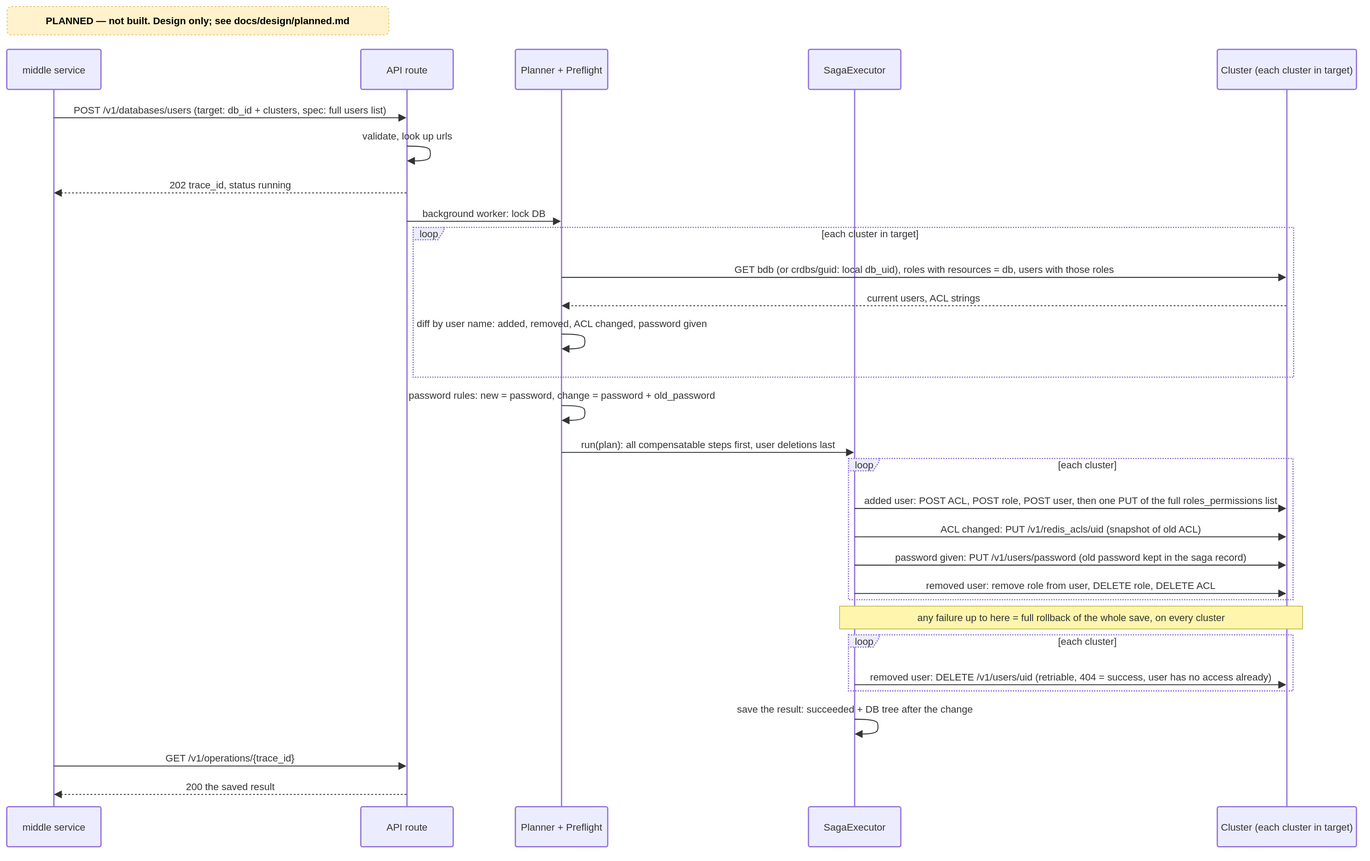
Earlier version of the draw.io export docs/diagrams/planned/p4-seq-edit-users.drawio.svg (EliShteinman/redis-enterprise-services). Source tidied: cells renumbered, new cells last; positions are measured from the earlier drawing's top-left corner, leaving out a move shared by most shapes. Its diagram source:
```xml
<mxGraphModel>
  <root>
    <mxCell id="0" />
    <mxCell id="1" parent="0" />
    <mxCell id="2" value="middle service" style="html=1;shape=umlLifeline;perimeter=lifelinePerimeter;whiteSpace=wrap;outlineConnect=0;portConstraint=eastwest;newEdgeStyle={&quot;edgeStyle&quot;:&quot;sequenceEdgeStyle&quot;,&quot;libavoidRouting&quot;:0,&quot;curved&quot;:0,&quot;rounded&quot;:0};lifelineDashed=0;strokeWidth=2;rounded=1;absoluteArcSize=1;arcSize=6;lifelineColor=light-dark(#9370DB,#cccccc);size=65;lifelineMirror=1;fillColor=light-dark(#ECECFF,#1f2020);strokeColor=light-dark(#9370DB,#cccccc);fontColor=light-dark(#333333,#cccccc);fontFamily=Trebuchet MS,Verdana,Arial,sans-serif;fontSize=16;" parent="1" vertex="1">
      <mxGeometry y="70" width="153" height="1294" as="geometry" />
    </mxCell>
    <mxCell id="3" value="API route" style="html=1;shape=umlLifeline;perimeter=lifelinePerimeter;whiteSpace=wrap;outlineConnect=0;portConstraint=eastwest;newEdgeStyle={&quot;edgeStyle&quot;:&quot;sequenceEdgeStyle&quot;,&quot;libavoidRouting&quot;:0,&quot;curved&quot;:0,&quot;rounded&quot;:0};lifelineDashed=0;strokeWidth=2;rounded=1;absoluteArcSize=1;arcSize=6;lifelineColor=light-dark(#9370DB,#cccccc);size=65;lifelineMirror=1;fillColor=light-dark(#ECECFF,#1f2020);strokeColor=light-dark(#9370DB,#cccccc);fontColor=light-dark(#333333,#cccccc);fontFamily=Trebuchet MS,Verdana,Arial,sans-serif;fontSize=16;" parent="1" vertex="1">
      <mxGeometry x="575" y="70" width="150" height="1294" as="geometry" />
    </mxCell>
    <mxCell id="4" value="Planner + Preflight" style="html=1;shape=umlLifeline;perimeter=lifelinePerimeter;whiteSpace=wrap;outlineConnect=0;portConstraint=eastwest;newEdgeStyle={&quot;edgeStyle&quot;:&quot;sequenceEdgeStyle&quot;,&quot;libavoidRouting&quot;:0,&quot;curved&quot;:0,&quot;rounded&quot;:0};lifelineDashed=0;strokeWidth=2;rounded=1;absoluteArcSize=1;arcSize=6;lifelineColor=light-dark(#9370DB,#cccccc);size=65;lifelineMirror=1;fillColor=light-dark(#ECECFF,#1f2020);strokeColor=light-dark(#9370DB,#cccccc);fontColor=light-dark(#333333,#cccccc);fontFamily=Trebuchet MS,Verdana,Arial,sans-serif;fontSize=16;" parent="1" vertex="1">
      <mxGeometry x="826" y="70" width="150" height="1294" as="geometry" />
    </mxCell>
    <mxCell id="5" value="SagaExecutor" style="html=1;shape=umlLifeline;perimeter=lifelinePerimeter;whiteSpace=wrap;outlineConnect=0;portConstraint=eastwest;newEdgeStyle={&quot;edgeStyle&quot;:&quot;sequenceEdgeStyle&quot;,&quot;libavoidRouting&quot;:0,&quot;curved&quot;:0,&quot;rounded&quot;:0};lifelineDashed=0;strokeWidth=2;rounded=1;absoluteArcSize=1;arcSize=6;lifelineColor=light-dark(#9370DB,#cccccc);size=65;lifelineMirror=1;fillColor=light-dark(#ECECFF,#1f2020);strokeColor=light-dark(#9370DB,#cccccc);fontColor=light-dark(#333333,#cccccc);fontFamily=Trebuchet MS,Verdana,Arial,sans-serif;fontSize=16;" parent="1" vertex="1">
      <mxGeometry x="1302" y="70" width="150" height="1294" as="geometry" />
    </mxCell>
    <mxCell id="6" value="Cluster (each cluster in target)" style="html=1;shape=umlLifeline;perimeter=lifelinePerimeter;whiteSpace=wrap;outlineConnect=0;portConstraint=eastwest;newEdgeStyle={&quot;edgeStyle&quot;:&quot;sequenceEdgeStyle&quot;,&quot;libavoidRouting&quot;:0,&quot;curved&quot;:0,&quot;rounded&quot;:0};lifelineDashed=0;strokeWidth=2;rounded=1;absoluteArcSize=1;arcSize=6;lifelineColor=light-dark(#9370DB,#cccccc);size=65;lifelineMirror=1;fillColor=light-dark(#ECECFF,#1f2020);strokeColor=light-dark(#9370DB,#cccccc);fontColor=light-dark(#333333,#cccccc);fontFamily=Trebuchet MS,Verdana,Arial,sans-serif;fontSize=16;" parent="1" vertex="1">
      <mxGeometry x="1966" y="70" width="226" height="1294" as="geometry" />
    </mxCell>
    <mxCell id="7" value="loop" style="html=1;shape=umlFrame;dashed=1;fixDash=1;dashPattern=2 2;strokeWidth=2;fillColor=light-dark(#ECECFF,#1f2020);strokeColor=light-dark(#9370DB,#cccccc);fontSize=16;align=center;verticalAlign=middle;fontFamily=Trebuchet MS,Verdana,Arial,sans-serif;fontColor=light-dark(#333333,#cccccc);height=20;width=50;" parent="1" vertex="1">
      <mxGeometry x="660" y="359" width="1430" height="243" as="geometry" />
    </mxCell>
    <mxCell id="8" value="[each cluster in target]" style="text;strokeColor=none;fillColor=none;align=center;verticalAlign=middle;whiteSpace=wrap;fontSize=16;fontFamily=Trebuchet MS,Verdana,Arial,sans-serif;fontColor=light-dark(#333333,#cccccc);" parent="7" vertex="1">
      <mxGeometry x="54" y="2" width="1376" height="16" as="geometry" />
    </mxCell>
    <mxCell id="9" value="loop" style="html=1;shape=umlFrame;dashed=1;fixDash=1;dashPattern=2 2;strokeWidth=2;fillColor=light-dark(#ECECFF,#1f2020);strokeColor=light-dark(#9370DB,#cccccc);fontSize=16;align=center;verticalAlign=middle;fontFamily=Trebuchet MS,Verdana,Arial,sans-serif;fontColor=light-dark(#333333,#cccccc);height=20;width=50;" parent="1" vertex="1">
      <mxGeometry x="1367" y="734" width="722" height="229" as="geometry" />
    </mxCell>
    <mxCell id="10" value="[each cluster]" style="text;strokeColor=none;fillColor=none;align=center;verticalAlign=middle;whiteSpace=wrap;fontSize=16;fontFamily=Trebuchet MS,Verdana,Arial,sans-serif;fontColor=light-dark(#333333,#cccccc);" parent="9" vertex="1">
      <mxGeometry x="54" y="2" width="668" height="16" as="geometry" />
    </mxCell>
    <mxCell id="11" value="loop" style="html=1;shape=umlFrame;dashed=1;fixDash=1;dashPattern=2 2;strokeWidth=2;fillColor=light-dark(#ECECFF,#1f2020);strokeColor=light-dark(#9370DB,#cccccc);fontSize=16;align=center;verticalAlign=middle;fontFamily=Trebuchet MS,Verdana,Arial,sans-serif;fontColor=light-dark(#333333,#cccccc);height=20;width=50;" parent="1" vertex="1">
      <mxGeometry x="1367" y="1020" width="722" height="91" as="geometry" />
    </mxCell>
    <mxCell id="12" value="[each cluster]" style="text;strokeColor=none;fillColor=none;align=center;verticalAlign=middle;whiteSpace=wrap;fontSize=16;fontFamily=Trebuchet MS,Verdana,Arial,sans-serif;fontColor=light-dark(#333333,#cccccc);" parent="11" vertex="1">
      <mxGeometry x="54" y="2" width="668" height="16" as="geometry" />
    </mxCell>
    <mxCell id="13" value="POST /v1/databases/users (target: db_id + clusters, spec: full users list)" style="endArrow=block;endSize=9;verticalAlign=bottom;spacingBottom=2;edgeStyle=sequenceEdgeStyle;libavoidRouting=0;curved=0;rounded=0;fontSize=16;labelBackgroundColor=none;strokeWidth=1.5;strokeColor=light-dark(#333333,#cccccc);fontColor=light-dark(#333333,#cccccc);fontFamily=Trebuchet MS,Verdana,Arial,sans-serif;" parent="1" edge="1" source="2" target="3">
      <mxGeometry relative="1" as="geometry">
        <Array as="points">
          <mxPoint x="363" y="181" />
        </Array>
      </mxGeometry>
    </mxCell>
    <mxCell id="14" style="edgeStyle=sequenceEdgeStyle;libavoidRouting=0;curved=1;endArrow=block;endSize=9;verticalAlign=bottom;align=center;fontSize=16;labelBackgroundColor=none;strokeWidth=1.5;strokeColor=light-dark(#333333,#cccccc);fontColor=light-dark(#333333,#cccccc);fontFamily=Trebuchet MS,Verdana,Arial,sans-serif;" parent="1" edge="1" source="3" target="3">
      <mxGeometry relative="1" as="geometry">
        <Array as="points">
          <mxPoint x="685" y="227" />
          <mxPoint x="689" y="239" />
          <mxPoint x="685" y="251" />
        </Array>
      </mxGeometry>
    </mxCell>
    <mxCell id="15" value="validate, look up urls" style="text;html=1;strokeColor=none;fillColor=none;align=center;verticalAlign=middle;fontFamily=Trebuchet MS,Verdana,Arial,sans-serif;fontSize=16;fontColor=light-dark(#333333,#cccccc);" parent="1" vertex="1">
      <mxGeometry x="550" y="201" width="200" height="18" as="geometry" />
    </mxCell>
    <mxCell id="16" value="202 trace_id, status running" style="dashed=1;fixDash=1;dashPattern=3 3;endArrow=block;endSize=9;verticalAlign=bottom;spacingBottom=2;edgeStyle=sequenceEdgeStyle;libavoidRouting=0;curved=0;rounded=0;fontSize=16;labelBackgroundColor=none;strokeWidth=1.5;strokeColor=light-dark(#333333,#cccccc);fontColor=light-dark(#333333,#cccccc);fontFamily=Trebuchet MS,Verdana,Arial,sans-serif;" parent="1" edge="1" source="3" target="2">
      <mxGeometry relative="1" as="geometry">
        <Array as="points">
          <mxPoint x="363" y="303" />
        </Array>
      </mxGeometry>
    </mxCell>
    <mxCell id="17" value="background worker: lock DB" style="endArrow=block;endSize=9;verticalAlign=bottom;spacingBottom=2;edgeStyle=sequenceEdgeStyle;libavoidRouting=0;curved=0;rounded=0;fontSize=16;labelBackgroundColor=none;strokeWidth=1.5;strokeColor=light-dark(#333333,#cccccc);fontColor=light-dark(#333333,#cccccc);fontFamily=Trebuchet MS,Verdana,Arial,sans-serif;" parent="1" edge="1" source="3" target="4">
      <mxGeometry relative="1" as="geometry">
        <Array as="points">
          <mxPoint x="776" y="349" />
        </Array>
      </mxGeometry>
    </mxCell>
    <mxCell id="18" value="GET bdb (or crdbs/guid: local db_uid), roles with resources = db, users with those roles" style="endArrow=block;endSize=9;verticalAlign=bottom;spacingBottom=2;edgeStyle=sequenceEdgeStyle;libavoidRouting=0;curved=0;rounded=0;fontSize=16;labelBackgroundColor=none;strokeWidth=1.5;strokeColor=light-dark(#333333,#cccccc);fontColor=light-dark(#333333,#cccccc);fontFamily=Trebuchet MS,Verdana,Arial,sans-serif;" parent="1" edge="1" source="4" target="6">
      <mxGeometry relative="1" as="geometry">
        <Array as="points">
          <mxPoint x="1490" y="440" />
        </Array>
      </mxGeometry>
    </mxCell>
    <mxCell id="19" value="current users, ACL strings" style="dashed=1;fixDash=1;dashPattern=3 3;endArrow=block;endSize=9;verticalAlign=bottom;spacingBottom=2;edgeStyle=sequenceEdgeStyle;libavoidRouting=0;curved=0;rounded=0;fontSize=16;labelBackgroundColor=none;strokeWidth=1.5;strokeColor=light-dark(#333333,#cccccc);fontColor=light-dark(#333333,#cccccc);fontFamily=Trebuchet MS,Verdana,Arial,sans-serif;" parent="1" edge="1" source="6" target="4">
      <mxGeometry relative="1" as="geometry">
        <Array as="points">
          <mxPoint x="1490" y="486" />
        </Array>
      </mxGeometry>
    </mxCell>
    <mxCell id="20" style="edgeStyle=sequenceEdgeStyle;libavoidRouting=0;curved=1;endArrow=block;endSize=9;verticalAlign=bottom;align=center;fontSize=16;labelBackgroundColor=none;strokeWidth=1.5;strokeColor=light-dark(#333333,#cccccc);fontColor=light-dark(#333333,#cccccc);fontFamily=Trebuchet MS,Verdana,Arial,sans-serif;" parent="1" edge="1" source="4" target="4">
      <mxGeometry relative="1" as="geometry">
        <Array as="points">
          <mxPoint x="936" y="532" />
          <mxPoint x="940" y="544" />
          <mxPoint x="936" y="556" />
        </Array>
      </mxGeometry>
    </mxCell>
    <mxCell id="21" value="diff by user name: added, removed, ACL changed, password given" style="text;html=1;strokeColor=none;fillColor=none;align=center;verticalAlign=middle;fontFamily=Trebuchet MS,Verdana,Arial,sans-serif;fontSize=16;fontColor=light-dark(#333333,#cccccc);" parent="1" vertex="1">
      <mxGeometry x="801" y="506" width="200" height="18" as="geometry" />
    </mxCell>
    <mxCell id="22" style="edgeStyle=sequenceEdgeStyle;libavoidRouting=0;curved=1;endArrow=block;endSize=9;verticalAlign=bottom;align=center;fontSize=16;labelBackgroundColor=none;strokeWidth=1.5;strokeColor=light-dark(#333333,#cccccc);fontColor=light-dark(#333333,#cccccc);fontFamily=Trebuchet MS,Verdana,Arial,sans-serif;" parent="1" edge="1" source="4" target="4">
      <mxGeometry relative="1" as="geometry">
        <Array as="points">
          <mxPoint x="936" y="648" />
          <mxPoint x="940" y="660" />
          <mxPoint x="936" y="672" />
        </Array>
      </mxGeometry>
    </mxCell>
    <mxCell id="23" value="password rules: new = password, change = password + old_password" style="text;html=1;strokeColor=none;fillColor=none;align=center;verticalAlign=middle;fontFamily=Trebuchet MS,Verdana,Arial,sans-serif;fontSize=16;fontColor=light-dark(#333333,#cccccc);" parent="1" vertex="1">
      <mxGeometry x="801" y="622" width="200" height="18" as="geometry" />
    </mxCell>
    <mxCell id="24" value="run(plan): all compensatable steps first, user deletions last" style="endArrow=block;endSize=9;verticalAlign=bottom;spacingBottom=2;edgeStyle=sequenceEdgeStyle;libavoidRouting=0;curved=0;rounded=0;fontSize=16;labelBackgroundColor=none;strokeWidth=1.5;strokeColor=light-dark(#333333,#cccccc);fontColor=light-dark(#333333,#cccccc);fontFamily=Trebuchet MS,Verdana,Arial,sans-serif;" parent="1" edge="1" source="4" target="5">
      <mxGeometry relative="1" as="geometry">
        <Array as="points">
          <mxPoint x="1139" y="724" />
        </Array>
      </mxGeometry>
    </mxCell>
    <mxCell id="25" value="added user: POST ACL, POST role, POST user, then one PUT of the full roles_permissions list" style="endArrow=block;endSize=9;verticalAlign=bottom;spacingBottom=2;edgeStyle=sequenceEdgeStyle;libavoidRouting=0;curved=0;rounded=0;fontSize=16;labelBackgroundColor=none;strokeWidth=1.5;strokeColor=light-dark(#333333,#cccccc);fontColor=light-dark(#333333,#cccccc);fontFamily=Trebuchet MS,Verdana,Arial,sans-serif;" parent="1" edge="1" source="5" target="6">
      <mxGeometry relative="1" as="geometry">
        <Array as="points">
          <mxPoint x="1728" y="815" />
        </Array>
      </mxGeometry>
    </mxCell>
    <mxCell id="26" value="ACL changed: PUT /v1/redis_acls/uid (snapshot of old ACL)" style="endArrow=block;endSize=9;verticalAlign=bottom;spacingBottom=2;edgeStyle=sequenceEdgeStyle;libavoidRouting=0;curved=0;rounded=0;fontSize=16;labelBackgroundColor=none;strokeWidth=1.5;strokeColor=light-dark(#333333,#cccccc);fontColor=light-dark(#333333,#cccccc);fontFamily=Trebuchet MS,Verdana,Arial,sans-serif;" parent="1" edge="1" source="5" target="6">
      <mxGeometry relative="1" as="geometry">
        <Array as="points">
          <mxPoint x="1728" y="861" />
        </Array>
      </mxGeometry>
    </mxCell>
    <mxCell id="27" value="password given: PUT /v1/users/password (old password kept in the saga record)" style="endArrow=block;endSize=9;verticalAlign=bottom;spacingBottom=2;edgeStyle=sequenceEdgeStyle;libavoidRouting=0;curved=0;rounded=0;fontSize=16;labelBackgroundColor=none;strokeWidth=1.5;strokeColor=light-dark(#333333,#cccccc);fontColor=light-dark(#333333,#cccccc);fontFamily=Trebuchet MS,Verdana,Arial,sans-serif;" parent="1" edge="1" source="5" target="6">
      <mxGeometry relative="1" as="geometry">
        <Array as="points">
          <mxPoint x="1728" y="907" />
        </Array>
      </mxGeometry>
    </mxCell>
    <mxCell id="28" value="removed user: remove role from user, DELETE role, DELETE ACL" style="endArrow=block;endSize=9;verticalAlign=bottom;spacingBottom=2;edgeStyle=sequenceEdgeStyle;libavoidRouting=0;curved=0;rounded=0;fontSize=16;labelBackgroundColor=none;strokeWidth=1.5;strokeColor=light-dark(#333333,#cccccc);fontColor=light-dark(#333333,#cccccc);fontFamily=Trebuchet MS,Verdana,Arial,sans-serif;" parent="1" edge="1" source="5" target="6">
      <mxGeometry relative="1" as="geometry">
        <Array as="points">
          <mxPoint x="1728" y="953" />
        </Array>
      </mxGeometry>
    </mxCell>
    <mxCell id="29" value="removed user: DELETE /v1/users/uid (retriable, 404 = success, user has no access already)" style="endArrow=block;endSize=9;verticalAlign=bottom;spacingBottom=2;edgeStyle=sequenceEdgeStyle;libavoidRouting=0;curved=0;rounded=0;fontSize=16;labelBackgroundColor=none;strokeWidth=1.5;strokeColor=light-dark(#333333,#cccccc);fontColor=light-dark(#333333,#cccccc);fontFamily=Trebuchet MS,Verdana,Arial,sans-serif;" parent="1" edge="1" source="5" target="6">
      <mxGeometry relative="1" as="geometry">
        <Array as="points">
          <mxPoint x="1728" y="1101" />
        </Array>
      </mxGeometry>
    </mxCell>
    <mxCell id="30" style="edgeStyle=sequenceEdgeStyle;libavoidRouting=0;curved=1;endArrow=block;endSize=9;verticalAlign=bottom;align=center;fontSize=16;labelBackgroundColor=none;strokeWidth=1.5;strokeColor=light-dark(#333333,#cccccc);fontColor=light-dark(#333333,#cccccc);fontFamily=Trebuchet MS,Verdana,Arial,sans-serif;" parent="1" edge="1" source="5" target="5">
      <mxGeometry relative="1" as="geometry">
        <Array as="points">
          <mxPoint x="1412" y="1157" />
          <mxPoint x="1416" y="1169" />
          <mxPoint x="1412" y="1181" />
        </Array>
      </mxGeometry>
    </mxCell>
    <mxCell id="31" value="save the result: succeeded + DB tree after the change" style="text;html=1;strokeColor=none;fillColor=none;align=center;verticalAlign=middle;fontFamily=Trebuchet MS,Verdana,Arial,sans-serif;fontSize=16;fontColor=light-dark(#333333,#cccccc);" parent="1" vertex="1">
      <mxGeometry x="1277" y="1131" width="200" height="18" as="geometry" />
    </mxCell>
    <mxCell id="32" value="GET /v1/operations/{trace_id}" style="endArrow=block;endSize=9;verticalAlign=bottom;spacingBottom=2;edgeStyle=sequenceEdgeStyle;libavoidRouting=0;curved=0;rounded=0;fontSize=16;labelBackgroundColor=none;strokeWidth=1.5;strokeColor=light-dark(#333333,#cccccc);fontColor=light-dark(#333333,#cccccc);fontFamily=Trebuchet MS,Verdana,Arial,sans-serif;" parent="1" edge="1" source="2" target="3">
      <mxGeometry relative="1" as="geometry">
        <Array as="points">
          <mxPoint x="363" y="1233" />
        </Array>
      </mxGeometry>
    </mxCell>
    <mxCell id="33" value="200 the saved result" style="dashed=1;fixDash=1;dashPattern=3 3;endArrow=block;endSize=9;verticalAlign=bottom;spacingBottom=2;edgeStyle=sequenceEdgeStyle;libavoidRouting=0;curved=0;rounded=0;fontSize=16;labelBackgroundColor=none;strokeWidth=1.5;strokeColor=light-dark(#333333,#cccccc);fontColor=light-dark(#333333,#cccccc);fontFamily=Trebuchet MS,Verdana,Arial,sans-serif;" parent="1" edge="1" source="3" target="2">
      <mxGeometry relative="1" as="geometry">
        <Array as="points">
          <mxPoint x="363" y="1279" />
        </Array>
      </mxGeometry>
    </mxCell>
    <mxCell id="34" value="any failure up to here = full rollback of the whole save, on every cluster" style="html=1;fillColor=light-dark(#fff5ad,#2a2a2a);strokeColor=light-dark(#aaaa33,#cccccc);fontColor=light-dark(#333333,#cccccc);fontFamily=Trebuchet MS,Verdana,Arial,sans-serif;fontSize=16;" parent="1" vertex="1">
      <mxGeometry x="1352" y="973" width="752" height="37" as="geometry" />
    </mxCell>
    <mxCell id="35" value="PLANNED — not built. Design only; see docs/design/planned.md" style="rounded=1;whiteSpace=wrap;html=1;fillColor=#fff2cc;strokeColor=#d6b656;fontSize=16;fontStyle=1;dashed=1;" parent="1" vertex="1">
      <mxGeometry width="620" height="46" as="geometry" />
    </mxCell>
  </root>
</mxGraphModel>
```
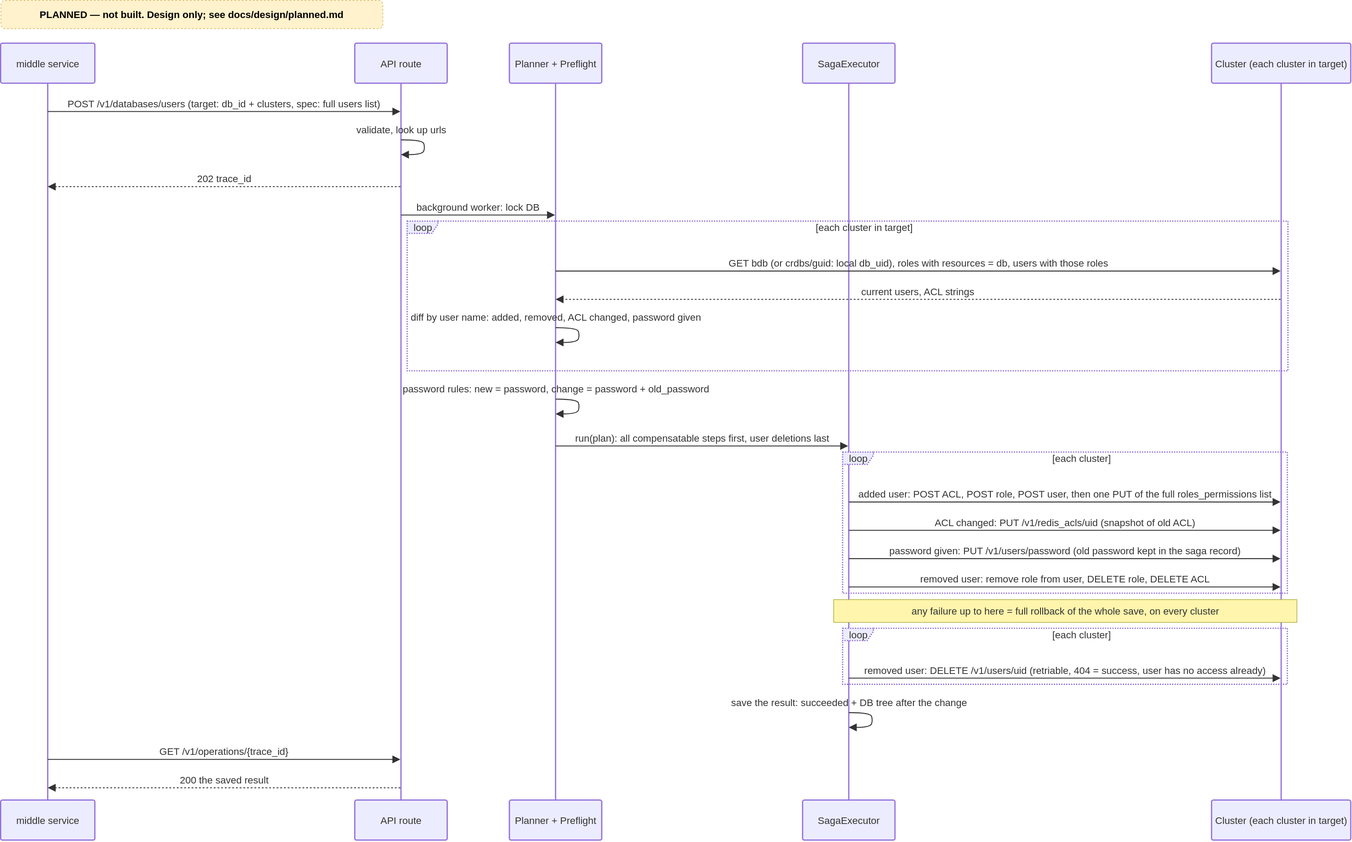
After the change.

Diff of the diagram source:
```diff
@@ -54,7 +54,7 @@
     <mxCell id="15" value="validate, look up urls" style="text;html=1;strokeColor=none;fillColor=none;align=center;verticalAlign=middle;fontFamily=Trebuchet MS,Verdana,Arial,sans-serif;fontSize=16;fontColor=light-dark(#333333,#cccccc);" parent="1" vertex="1">
       <mxGeometry x="550" y="201" width="200" height="18" as="geometry" />
     </mxCell>
-    <mxCell id="16" value="202 trace_id, status running" style="dashed=1;fixDash=1;dashPattern=3 3;endArrow=block;endSize=9;verticalAlign=bottom;spacingBottom=2;edgeStyle=sequenceEdgeStyle;libavoidRouting=0;curved=0;rounded=0;fontSize=16;labelBackgroundColor=none;strokeWidth=1.5;strokeColor=light-dark(#333333,#cccccc);fontColor=light-dark(#333333,#cccccc);fontFamily=Trebuchet MS,Verdana,Arial,sans-serif;" parent="1" edge="1" source="3" target="2">
+    <mxCell id="16" value="202 trace_id" style="dashed=1;fixDash=1;dashPattern=3 3;endArrow=block;endSize=9;verticalAlign=bottom;spacingBottom=2;edgeStyle=sequenceEdgeStyle;libavoidRouting=0;curved=0;rounded=0;fontSize=16;labelBackgroundColor=none;strokeWidth=1.5;strokeColor=light-dark(#333333,#cccccc);fontColor=light-dark(#333333,#cccccc);fontFamily=Trebuchet MS,Verdana,Arial,sans-serif;" parent="1" edge="1" source="3" target="2">
       <mxGeometry relative="1" as="geometry">
         <Array as="points">
           <mxPoint x="363" y="303" />
```
